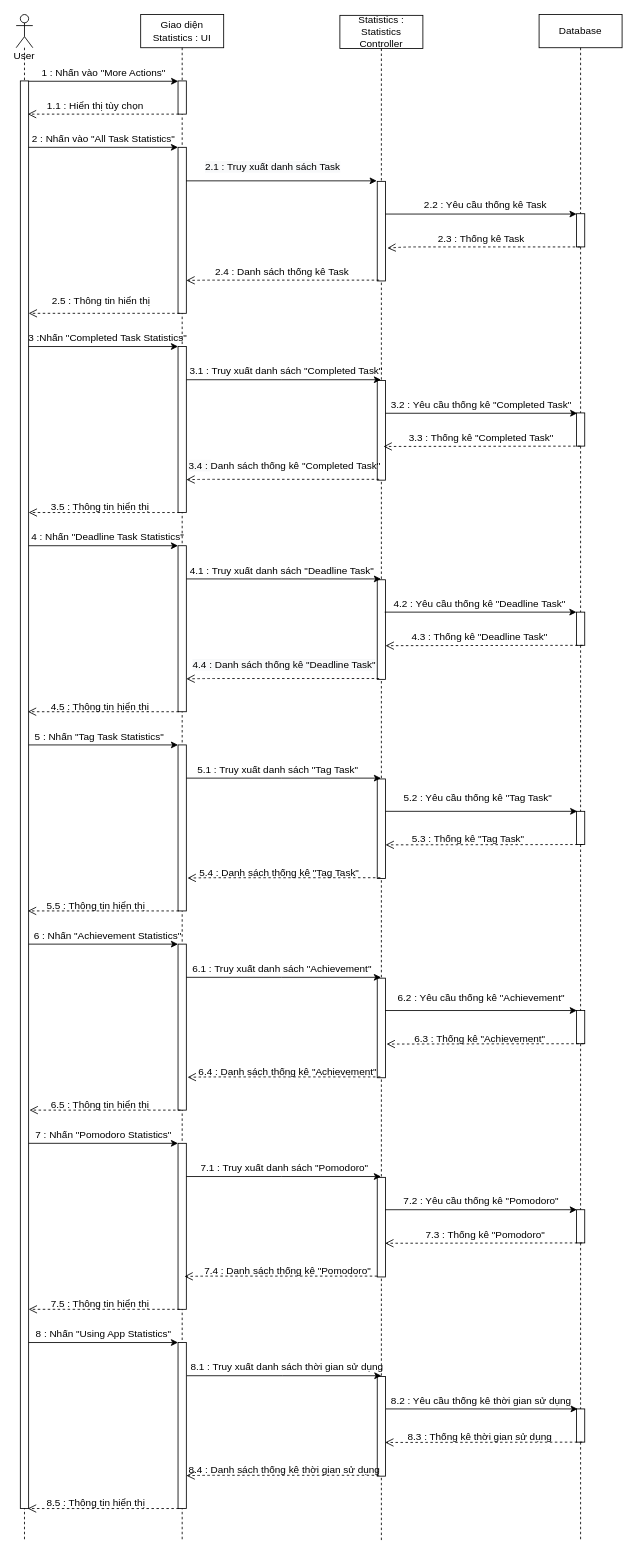
Earlier version of the draw.io diagram ToDoApp-Doc/Document/Diagram/Sequence Diagram/Statistics/Statistics_SequenceDiagram.drawio (Merevoli-DatLuu/To-Do-App). Source tidied: cells renumbered, new cells numbered last; positions are measured from the earlier drawing's top-left corner, leaving out a move shared by most shapes. Both pictures are drawn from the tidied source at 83%, with x=0, y=0 at pixel (16, 14).
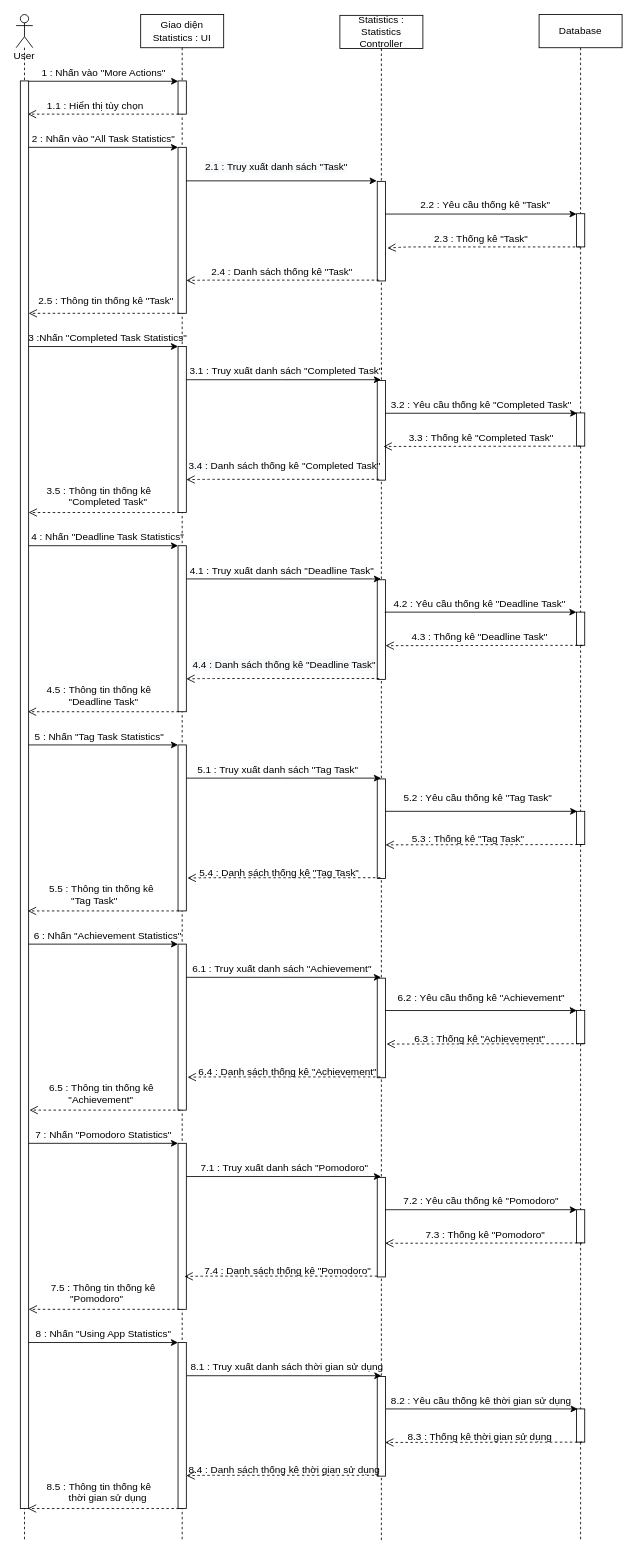
After the change.

Commit message:
[Modified] : Statistics_SequenceDiagram

Diff of the diagram source:
```diff
@@
-    <mxCell id="37" value="2.2 : Yêu cầu thống kê Task" style="text;html=1;align=center;verticalAlign=middle;" parent="1" vertex="1">
-      <mxGeometry x="485" y="220" width="160" height="20" as="geometry" />
+    <mxCell id="37" value="2.2 : Yêu cầu thống kê &quot;Task&quot;" style="text;html=1;align=center;verticalAlign=middle;" parent="1" vertex="1">
+      <mxGeometry x="480" y="220" width="170" height="20" as="geometry" />
     </mxCell>
@@
-    <mxCell id="39" value="2.3 : Thống kê Task" style="text;html=1;align=center;verticalAlign=middle;" parent="1" vertex="1">
-      <mxGeometry x="500" y="260" width="120" height="20" as="geometry" />
+    <mxCell id="39" value="2.3 : Thống kê &quot;Task&quot;" style="text;html=1;align=center;verticalAlign=middle;" parent="1" vertex="1">
+      <mxGeometry x="495" y="260" width="130" height="20" as="geometry" />
     </mxCell>
-    <mxCell id="40" value="2.5 : Thông tin hiển thị" style="text;html=1;align=center;verticalAlign=middle;" parent="1" vertex="1">
-      <mxGeometry x="37" y="335" width="130" height="20" as="geometry" />
+    <mxCell id="40" value="2.5 :&amp;nbsp;&lt;span style=&quot;font-family: &amp;#34;helvetica&amp;#34; ; text-align: left&quot;&gt;Thông tin&amp;nbsp;&lt;/span&gt;&lt;span style=&quot;font-family: &amp;#34;helvetica&amp;#34; ; text-align: left&quot;&gt;thống kê&lt;/span&gt;&amp;nbsp;&quot;Task&quot;" style="text;html=1;align=center;verticalAlign=middle;" parent="1" vertex="1">
+      <mxGeometry x="17.5" y="335" width="180" height="20" as="geometry" />
     </mxCell>
@@
-    <mxCell id="52" value="&lt;span style=&quot;text-align: center&quot;&gt;3.5 : Thông tin hiển thị&lt;/span&gt;" style="text;whiteSpace=wrap;html=1;" parent="1" vertex="1">
-      <mxGeometry x="40" y="580" width="130" height="30" as="geometry" />
+    <mxCell id="52" value="&lt;span style=&quot;text-align: center&quot;&gt;3.5 :&amp;nbsp;&lt;/span&gt;&lt;span style=&quot;font-family: &amp;#34;helvetica&amp;#34;&quot;&gt;Thông tin&amp;nbsp;&lt;/span&gt;&lt;span style=&quot;font-family: &amp;#34;helvetica&amp;#34;&quot;&gt;thống kê&amp;nbsp; &amp;nbsp; &amp;nbsp; &amp;nbsp; &amp;nbsp; &amp;nbsp; &quot;Completed Task&quot;&lt;/span&gt;" style="text;whiteSpace=wrap;html=1;" parent="1" vertex="1">
+      <mxGeometry x="35" y="560" width="140" height="40" as="geometry" />
     </mxCell>
@@
-    <mxCell id="55" value="2.4 : Danh sách thống kê Task" style="text;html=1;align=center;verticalAlign=middle;" parent="1" vertex="1">
-      <mxGeometry x="230" y="300" width="180" height="20" as="geometry" />
+    <mxCell id="55" value="2.4 : Danh sách thống kê &quot;Task&quot;" style="text;html=1;align=center;verticalAlign=middle;" parent="1" vertex="1">
+      <mxGeometry x="225" y="300" width="190" height="20" as="geometry" />
     </mxCell>
@@
-    <mxCell id="75" value="&lt;span style=&quot;text-align: center&quot;&gt;4.5 : Thông tin hiển thị&lt;/span&gt;" style="text;whiteSpace=wrap;html=1;" parent="1" vertex="1">
-      <mxGeometry x="40" y="820" width="150" height="30" as="geometry" />
+    <mxCell id="75" value="&lt;span style=&quot;text-align: center&quot;&gt;4.5 :&amp;nbsp;&lt;/span&gt;&lt;span style=&quot;font-family: &amp;#34;helvetica&amp;#34;&quot;&gt;Thông tin&amp;nbsp;&lt;/span&gt;&lt;span style=&quot;font-family: &amp;#34;helvetica&amp;#34;&quot;&gt;thống kê&amp;nbsp; &amp;nbsp; &amp;nbsp; &amp;nbsp; &amp;nbsp; &amp;nbsp; &amp;nbsp; &quot;Deadline Task&quot;&lt;/span&gt;" style="text;whiteSpace=wrap;html=1;" parent="1" vertex="1">
+      <mxGeometry x="35" y="800" width="150" height="30" as="geometry" />
     </mxCell>
@@
-    <mxCell id="93" value="&lt;span style=&quot;text-align: center&quot;&gt;5.5 : Thông tin hiển thị&lt;/span&gt;" style="text;whiteSpace=wrap;html=1;" parent="1" vertex="1">
-      <mxGeometry x="35" y="1060" width="140" height="30" as="geometry" />
+    <mxCell id="93" value="&lt;span style=&quot;text-align: center&quot;&gt;5.5 :&amp;nbsp;&lt;/span&gt;&lt;span style=&quot;font-family: &amp;#34;helvetica&amp;#34;&quot;&gt;Thông tin&amp;nbsp;&lt;/span&gt;&lt;span style=&quot;font-family: &amp;#34;helvetica&amp;#34;&quot;&gt;thống kê&amp;nbsp; &amp;nbsp; &amp;nbsp; &amp;nbsp; &amp;nbsp; &quot;Tag Task&quot;&lt;/span&gt;" style="text;whiteSpace=wrap;html=1;" parent="1" vertex="1">
+      <mxGeometry x="37.5" y="1040" width="135" height="30" as="geometry" />
     </mxCell>
@@
-    <mxCell id="101" value="&lt;span style=&quot;text-align: center&quot;&gt;6.5 : Thông tin hiển thị&lt;/span&gt;" style="text;whiteSpace=wrap;html=1;" parent="1" vertex="1">
-      <mxGeometry x="40" y="1300" width="140" height="30" as="geometry" />
+    <mxCell id="101" value="&lt;span style=&quot;text-align: center&quot;&gt;6.5 :&amp;nbsp;&lt;/span&gt;&lt;span style=&quot;font-family: &amp;#34;helvetica&amp;#34;&quot;&gt;Thông tin&amp;nbsp;&lt;/span&gt;&lt;span style=&quot;font-family: &amp;#34;helvetica&amp;#34;&quot;&gt;thống kê&amp;nbsp; &amp;nbsp; &amp;nbsp; &amp;nbsp; &amp;nbsp; &amp;nbsp; &amp;nbsp;&quot;Achievement&quot;&lt;/span&gt;" style="text;whiteSpace=wrap;html=1;" parent="1" vertex="1">
+      <mxGeometry x="37.5" y="1280" width="145" height="30" as="geometry" />
     </mxCell>
@@
-    <mxCell id="109" value="&lt;span style=&quot;text-align: center&quot;&gt;7.5 : Thông tin hiển thị&lt;/span&gt;" style="text;whiteSpace=wrap;html=1;" parent="1" vertex="1">
-      <mxGeometry x="40" y="1540" width="140" height="30" as="geometry" />
+    <mxCell id="109" value="&lt;span style=&quot;text-align: center&quot;&gt;7.5 :&amp;nbsp;&lt;/span&gt;&lt;span style=&quot;font-family: &amp;#34;helvetica&amp;#34;&quot;&gt;Thông tin&amp;nbsp;&lt;/span&gt;&lt;span style=&quot;font-family: &amp;#34;helvetica&amp;#34;&quot;&gt;thống kê&amp;nbsp; &amp;nbsp; &amp;nbsp; &amp;nbsp; &amp;nbsp; &amp;nbsp;&quot;Pomodoro&quot;&lt;/span&gt;" style="text;whiteSpace=wrap;html=1;" parent="1" vertex="1">
+      <mxGeometry x="40" y="1520" width="140" height="30" as="geometry" />
     </mxCell>
@@
-    <mxCell id="118" value="&lt;span style=&quot;text-align: center&quot;&gt;8.5 : Thông tin hiển thị&lt;/span&gt;" style="text;whiteSpace=wrap;html=1;" parent="1" vertex="1">
-      <mxGeometry x="35" y="1780" width="140" height="30" as="geometry" />
+    <mxCell id="118" value="&lt;span style=&quot;text-align: center&quot;&gt;8.5 :&amp;nbsp;&lt;/span&gt;&lt;span style=&quot;font-family: &amp;#34;helvetica&amp;#34;&quot;&gt;Thông tin&amp;nbsp;&lt;/span&gt;&lt;span style=&quot;font-family: &amp;#34;helvetica&amp;#34;&quot;&gt;thống kê&amp;nbsp; &amp;nbsp; &amp;nbsp; &amp;nbsp; &amp;nbsp; &amp;nbsp; thời gian sử dụng&lt;/span&gt;" style="text;whiteSpace=wrap;html=1;" parent="1" vertex="1">
+      <mxGeometry x="35" y="1760" width="140" height="30" as="geometry" />
     </mxCell>
-    <mxCell id="119" value="&lt;span style=&quot;color: rgb(0 , 0 , 0) ; font-family: &amp;#34;helvetica&amp;#34; ; font-size: 12px ; font-style: normal ; font-weight: 400 ; letter-spacing: normal ; text-align: center ; text-indent: 0px ; text-transform: none ; word-spacing: 0px ; background-color: rgb(248 , 249 , 250) ; display: inline ; float: none&quot;&gt;2.1 : Truy xuất danh sách Task&lt;/span&gt;" style="text;whiteSpace=wrap;html=1;" parent="1" vertex="1">
+    <mxCell id="119" value="&lt;span style=&quot;color: rgb(0 , 0 , 0) ; font-family: &amp;#34;helvetica&amp;#34; ; font-size: 12px ; font-style: normal ; font-weight: 400 ; letter-spacing: normal ; text-align: center ; text-indent: 0px ; text-transform: none ; word-spacing: 0px ; background-color: rgb(248 , 249 , 250) ; display: inline ; float: none&quot;&gt;2.1 : Truy xuất danh sách &quot;Task&quot;&lt;/span&gt;" style="text;whiteSpace=wrap;html=1;" parent="1" vertex="1">
       <mxGeometry x="225.6" y="170" width="200" height="30" as="geometry" />
     </mxCell>
```
